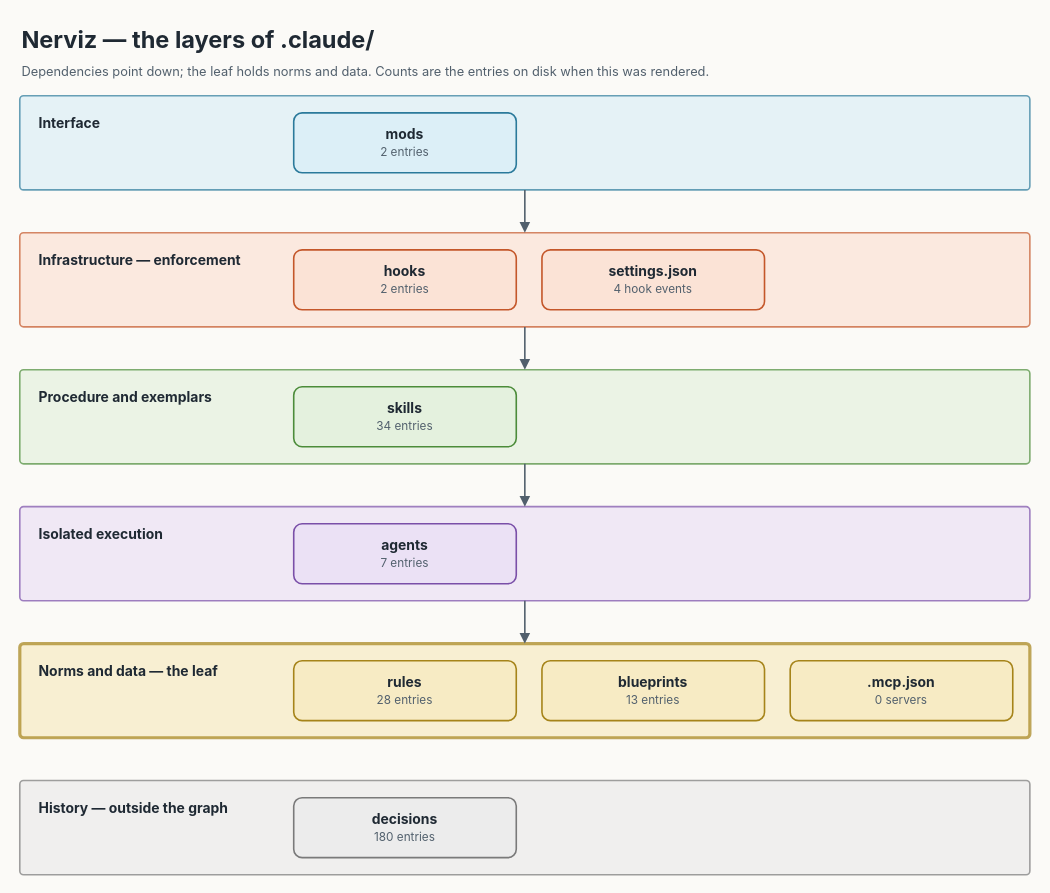
This is docs/diagrams/layers/layers.drawio from nerviz-ai/nerviz, a draw.io file, before an edit. Source tidied: cells renumbered, new cells numbered last; positions are measured from the earlier drawing's top-left corner, leaving out a move shared by most shapes. Both pictures are drawn from the tidied source at 107%, with x=0, y=0 at pixel (19, 18).
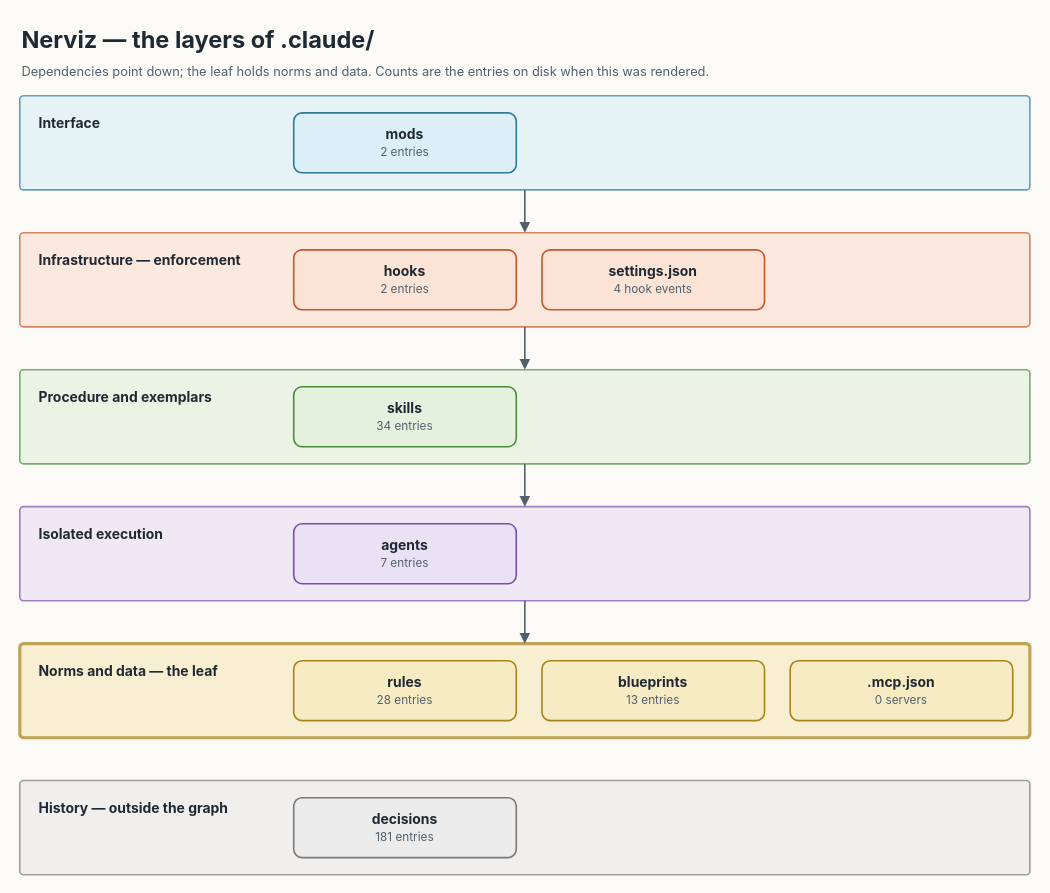
The same diagram, later.

Change to the diagram source:
```diff
@@
-    <mxCell id="17" value="&lt;b&gt;decisions&lt;/b&gt;&lt;br/&gt;&lt;font style=&quot;font-size:11px&quot; color=&quot;#52606D&quot;&gt;180 entries&lt;/font&gt;" style="rounded=1;arcSize=14;html=1;whiteSpace=wrap;fontSize=13;fontFamily=Inter;fontColor=#1F2933;fillColor=#ECECEC;strokeColor=#7A7A7A;strokeWidth=1.5;" parent="1" vertex="1">
+    <mxCell id="17" value="&lt;b&gt;decisions&lt;/b&gt;&lt;br/&gt;&lt;font style=&quot;font-size:11px&quot; color=&quot;#52606D&quot;&gt;181 entries&lt;/font&gt;" style="rounded=1;arcSize=14;html=1;whiteSpace=wrap;fontSize=13;fontFamily=Inter;fontColor=#1F2933;fillColor=#ECECEC;strokeColor=#7A7A7A;strokeWidth=1.5;" parent="1" vertex="1">
       <mxGeometry x="256" y="728" width="208" height="56" as="geometry" />
     </mxCell>
```
